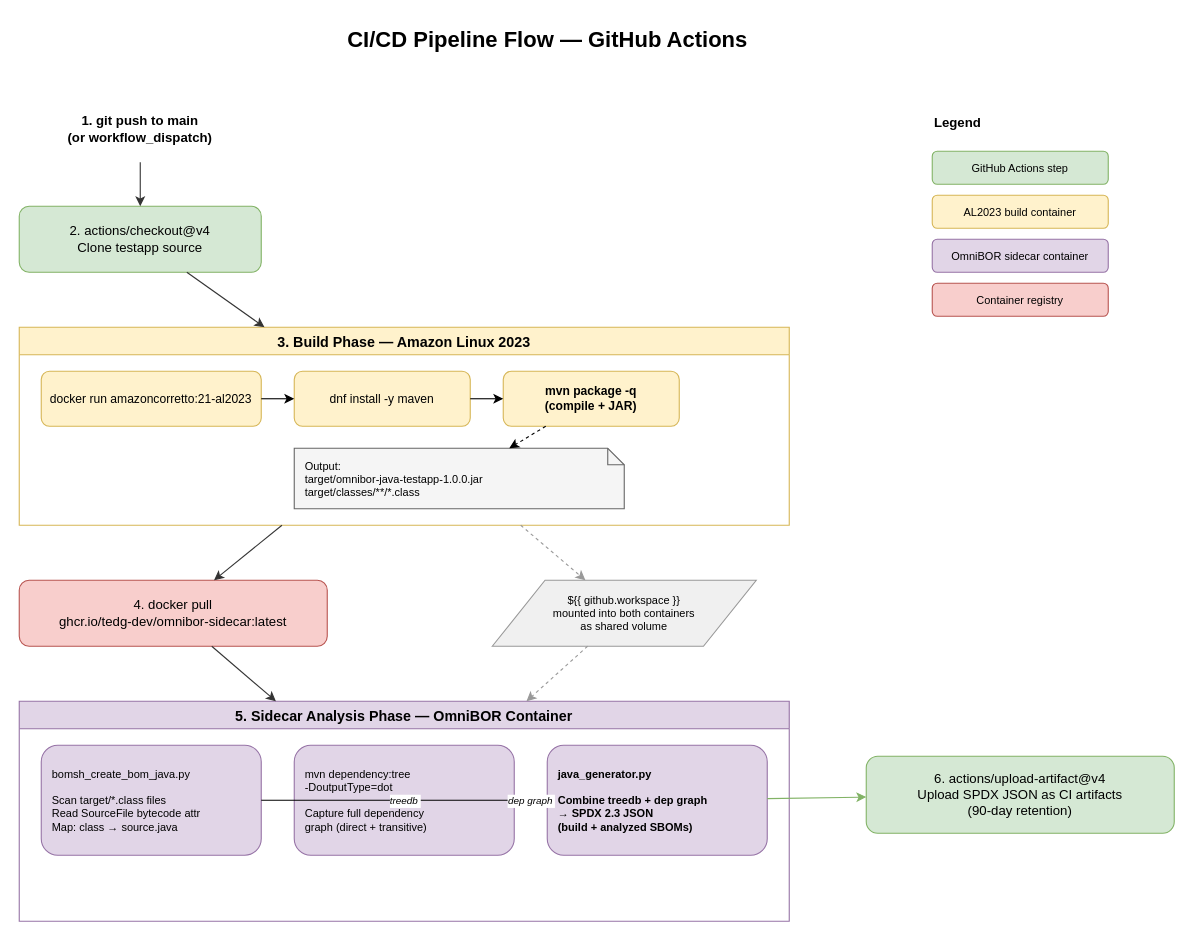
The draw.io diagram docs/ci-pipeline-flow.drawio in tedg-dev/omnibor-java-testapp, before the edit. Source tidied: cells renumbered, new cells numbered last; positions are measured from the earlier drawing's top-left corner, leaving out a move shared by most shapes. Both pictures are drawn from the tidied source at 110%, with x=0, y=0 at pixel (19, 19).
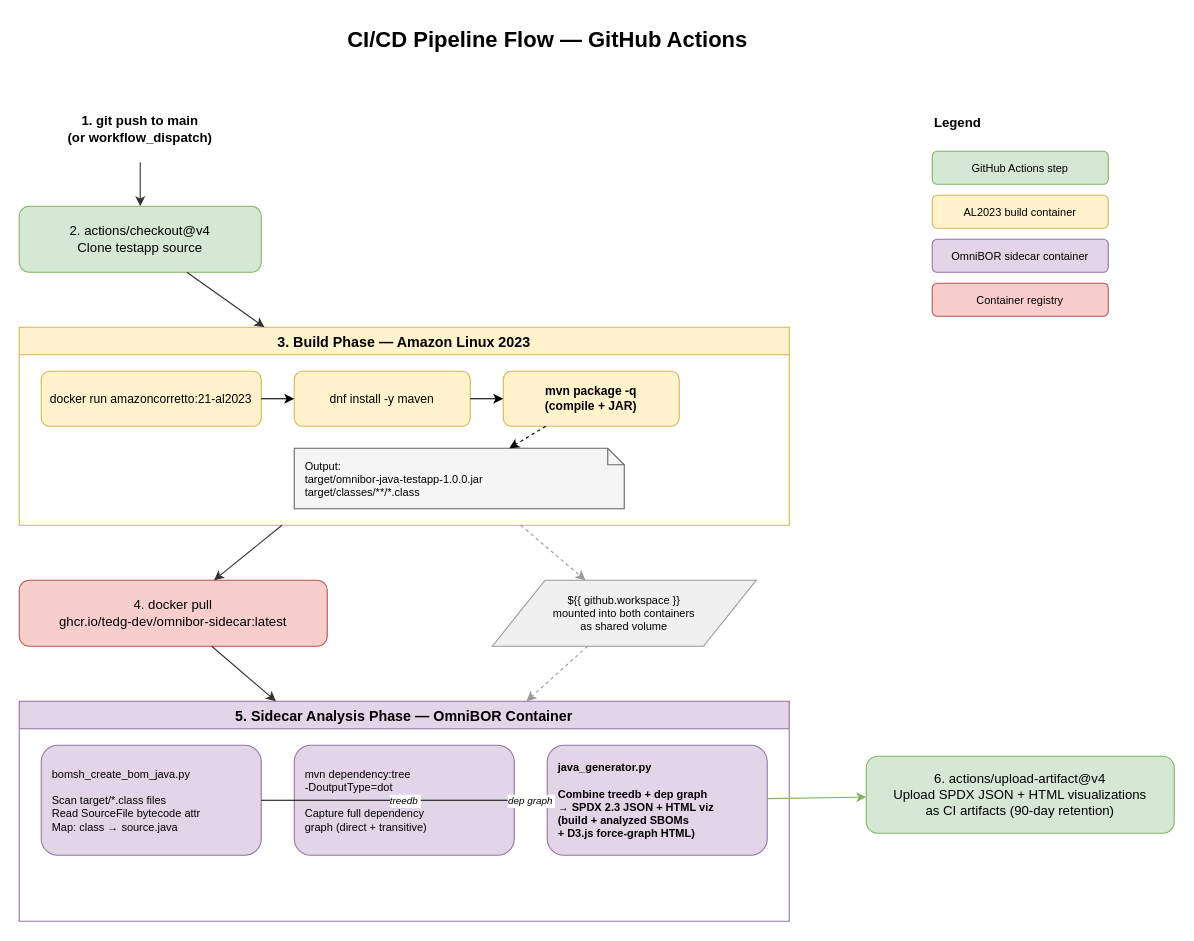
Above is the later version.

Commit message (it also covers changes not shown here):
docs: add HTML visualization output to SPDX and CI pipeline diagrams (#4)

Unchanged cells that the change refers to:
```xml
<mxCell id="14" value="5. Sidecar Analysis Phase — OmniBOR Container" style="swimlane;startSize=25;fillColor=#e1d5e7;strokeColor=#9673a6;fontSize=13;fontStyle=1;" parent="1" vertex="1">
  <mxGeometry y="620" width="700" height="200" as="geometry" />
</mxCell>
```

Diff of the diagram source:
```diff
@@
-    <mxCell id="17" value="java_generator.py&#10;&#10;Combine treedb + dep graph&#10;→ SPDX 2.3 JSON&#10;(build + analyzed SBOMs)" style="rounded=1;whiteSpace=wrap;html=1;fillColor=#e1d5e7;strokeColor=#9673a6;fontSize=10;align=left;spacingLeft=8;fontStyle=1;" parent="14" vertex="1">
+    <mxCell id="17" value="java_generator.py&#10;&#10;Combine treedb + dep graph&#10;→ SPDX 2.3 JSON + HTML viz&#10;(build + analyzed SBOMs&#10; + D3.js force-graph HTML)" style="rounded=1;whiteSpace=wrap;html=1;fillColor=#e1d5e7;strokeColor=#9673a6;fontSize=10;align=left;spacingLeft=8;fontStyle=1;" parent="14" vertex="1">
       <mxGeometry x="480" y="40" width="200" height="100" as="geometry" />
     </mxCell>
@@
-    <mxCell id="20" value="6. actions/upload-artifact@v4&#10;Upload SPDX JSON as CI artifacts&#10;(90-day retention)" style="rounded=1;whiteSpace=wrap;html=1;fillColor=#d5e8d4;strokeColor=#82b366;fontSize=12;" parent="1" vertex="1">
+    <mxCell id="20" value="6. actions/upload-artifact@v4&#10;Upload SPDX JSON + HTML visualizations&#10;as CI artifacts (90-day retention)" style="rounded=1;whiteSpace=wrap;html=1;fillColor=#d5e8d4;strokeColor=#82b366;fontSize=12;" parent="1" vertex="1">
       <mxGeometry x="770" y="670" width="280" height="70" as="geometry" />
     </mxCell>
```
